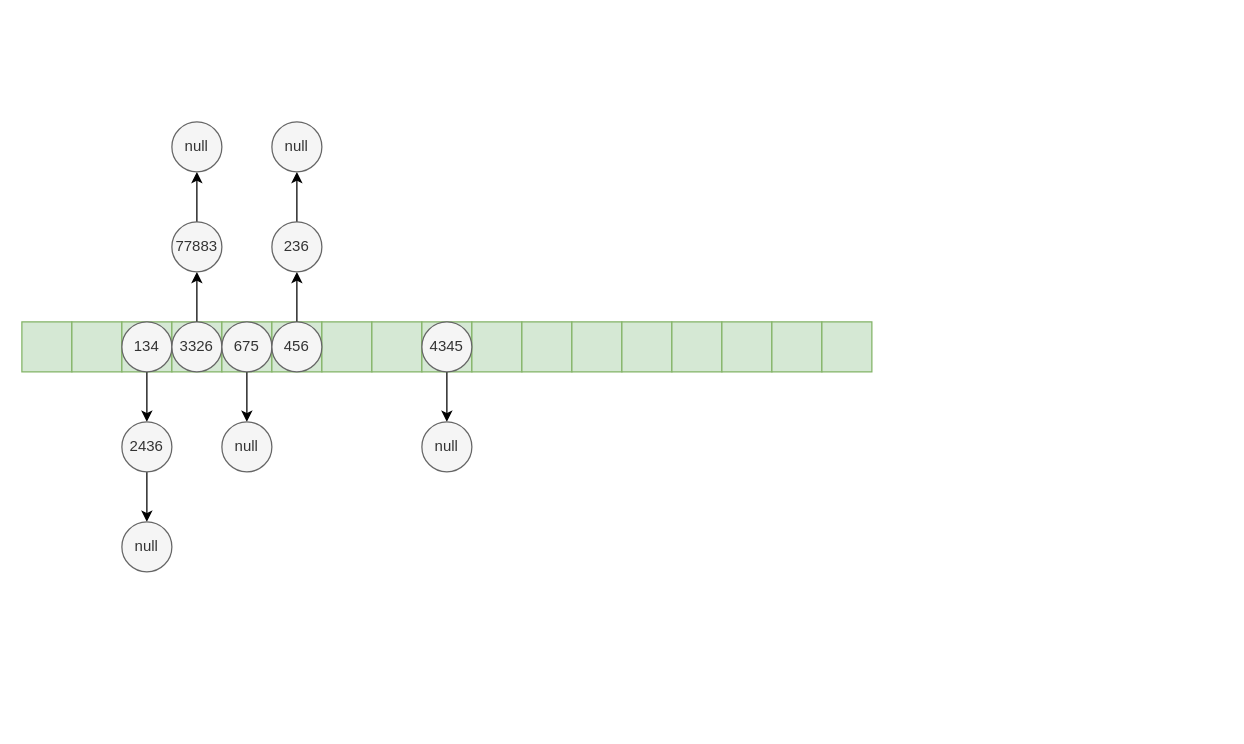
LDChing0321/JavaLearn keeps this draw.io diagram as typora/JavaSE/Test.drawio. Above is the earlier version. Source tidied: cells renumbered, new cells numbered last; positions are measured from the earlier drawing's top-left corner, leaving out a move shared by most shapes. Both pictures are drawn from the tidied source at 125%, with x=0, y=0 at pixel (21, 121).
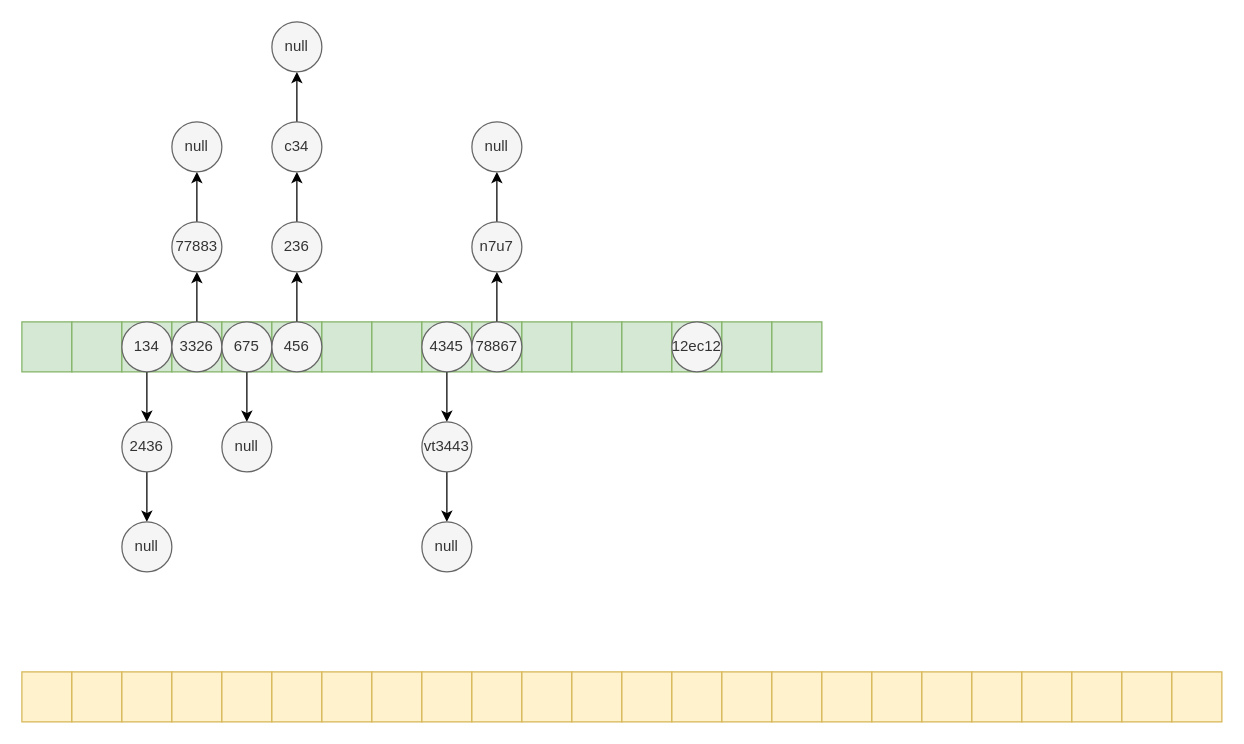
After the change.

Diff of the diagram source:
```diff
@@
+    <mxCell id="40" style="edgeStyle=orthogonalEdgeStyle;rounded=0;jettySize=auto;html=1;" parent="1" edge="1" source="27" target="47">
+      <mxGeometry relative="1" as="geometry" />
+    </mxCell>
-    <mxCell id="27" value="null" style="ellipse;whiteSpace=wrap;html=1;fillColor=#f5f5f5;fontColor=#333333;strokeColor=#666666;" parent="1" vertex="1">
+    <mxCell id="27" value="c34" style="ellipse;whiteSpace=wrap;html=1;fillColor=#f5f5f5;fontColor=#333333;strokeColor=#666666;" parent="1" vertex="1">
       <mxGeometry x="200" width="40" height="40" as="geometry" />
     </mxCell>
@@
-    <mxCell id="36" style="rounded=0;whiteSpace=wrap;html=1;fillColor=#d5e8d4;strokeColor=#82b366;" parent="1" vertex="1">
-      <mxGeometry x="640" y="160" width="40" height="40" as="geometry" />
-    </mxCell>
@@
-    <mxCell id="38" value="4345" style="ellipse;whiteSpace=wrap;html=1;fillColor=#f5f5f5;fontColor=#333333;strokeColor=#666666;" parent="1" vertex="1">
+    <mxCell id="38" value="4345" style="ellipse;whiteSpace=wrap;html=1;fillColor=#f5f5f5;fontColor=#333333;strokeColor=#666666;direction=south;" parent="1" vertex="1">
       <mxGeometry x="320" y="160" width="40" height="40" as="geometry" />
     </mxCell>
+    <mxCell id="41" style="edgeStyle=orthogonalEdgeStyle;rounded=0;jettySize=auto;html=1;" parent="1" edge="1" source="39" target="49">
+      <mxGeometry relative="1" as="geometry" />
+    </mxCell>
-    <mxCell id="39" value="null" style="ellipse;whiteSpace=wrap;html=1;fillColor=#f5f5f5;fontColor=#333333;strokeColor=#666666;" parent="1" vertex="1">
+    <mxCell id="39" value="vt3443" style="ellipse;whiteSpace=wrap;html=1;fillColor=#f5f5f5;fontColor=#333333;strokeColor=#666666;" parent="1" vertex="1">
       <mxGeometry x="320" y="240" width="40" height="40" as="geometry" />
     </mxCell>
+    <mxCell id="42" style="edgeStyle=orthogonalEdgeStyle;rounded=0;jettySize=auto;html=1;" parent="1" edge="1" source="43" target="45">
+      <mxGeometry relative="1" as="geometry" />
+    </mxCell>
+    <mxCell id="43" value="78867" style="ellipse;whiteSpace=wrap;html=1;fillColor=#f5f5f5;fontColor=#333333;strokeColor=#666666;" parent="1" vertex="1">
+      <mxGeometry x="360" y="160" width="40" height="40" as="geometry" />
+    </mxCell>
+    <mxCell id="44" style="edgeStyle=orthogonalEdgeStyle;rounded=0;jettySize=auto;html=1;" parent="1" edge="1" source="45" target="48">
+      <mxGeometry relative="1" as="geometry" />
+    </mxCell>
+    <mxCell id="45" value="n7u7" style="ellipse;whiteSpace=wrap;html=1;fillColor=#f5f5f5;fontColor=#333333;strokeColor=#666666;" parent="1" vertex="1">
+      <mxGeometry x="360" y="80" width="40" height="40" as="geometry" />
+    </mxCell>
+    <mxCell id="46" value="12ec12" style="ellipse;whiteSpace=wrap;html=1;fillColor=#f5f5f5;fontColor=#333333;strokeColor=#666666;" parent="1" vertex="1">
+      <mxGeometry x="520" y="160" width="40" height="40" as="geometry" />
+    </mxCell>
+    <mxCell id="47" value="null" style="ellipse;whiteSpace=wrap;html=1;fillColor=#f5f5f5;fontColor=#333333;strokeColor=#666666;" parent="1" vertex="1">
+      <mxGeometry x="200" y="-80" width="40" height="40" as="geometry" />
+    </mxCell>
+    <mxCell id="48" value="null" style="ellipse;whiteSpace=wrap;html=1;fillColor=#f5f5f5;fontColor=#333333;strokeColor=#666666;" parent="1" vertex="1">
+      <mxGeometry x="360" width="40" height="40" as="geometry" />
+    </mxCell>
+    <mxCell id="49" value="null" style="ellipse;whiteSpace=wrap;html=1;fillColor=#f5f5f5;fontColor=#333333;strokeColor=#666666;" parent="1" vertex="1">
+      <mxGeometry x="320" y="320" width="40" height="40" as="geometry" />
+    </mxCell>
+    <mxCell id="50" style="rounded=0;whiteSpace=wrap;html=1;fillColor=#fff2cc;strokeColor=#d6b656;" parent="1" vertex="1">
+      <mxGeometry y="440" width="40" height="40" as="geometry" />
+    </mxCell>
+    <mxCell id="51" style="rounded=0;whiteSpace=wrap;html=1;fillColor=#fff2cc;strokeColor=#d6b656;" parent="1" vertex="1">
+      <mxGeometry x="40" y="440" width="40" height="40" as="geometry" />
+    </mxCell>
+    <mxCell id="52" style="rounded=0;whiteSpace=wrap;html=1;fillColor=#fff2cc;strokeColor=#d6b656;" parent="1" vertex="1">
+      <mxGeometry x="80" y="440" width="40" height="40" as="geometry" />
+    </mxCell>
+    <mxCell id="53" style="rounded=0;whiteSpace=wrap;html=1;fillColor=#fff2cc;strokeColor=#d6b656;" parent="1" vertex="1">
+      <mxGeometry x="120" y="440" width="40" height="40" as="geometry" />
+    </mxCell>
+    <mxCell id="54" style="rounded=0;whiteSpace=wrap;html=1;fillColor=#fff2cc;strokeColor=#d6b656;" parent="1" vertex="1">
+      <mxGeometry x="160" y="440" width="40" height="40" as="geometry" />
+    </mxCell>
+    <mxCell id="55" style="rounded=0;whiteSpace=wrap;html=1;fillColor=#fff2cc;strokeColor=#d6b656;" parent="1" vertex="1">
+      <mxGeometry x="200" y="440" width="40" height="40" as="geometry" />
+    </mxCell>
+    <mxCell id="56" style="rounded=0;whiteSpace=wrap;html=1;fillColor=#fff2cc;strokeColor=#d6b656;" parent="1" vertex="1">
+      <mxGeometry x="240" y="440" width="40" height="40" as="geometry" />
+    </mxCell>
+    <mxCell id="57" style="rounded=0;whiteSpace=wrap;html=1;fillColor=#fff2cc;strokeColor=#d6b656;" parent="1" vertex="1">
+      <mxGeometry x="280" y="440" width="40" height="40" as="geometry" />
+    </mxCell>
+    <mxCell id="58" style="rounded=0;whiteSpace=wrap;html=1;fillColor=#fff2cc;strokeColor=#d6b656;" parent="1" vertex="1">
+      <mxGeometry x="320" y="440" width="40" height="40" as="geometry" />
+    </mxCell>
+    <mxCell id="59" style="rounded=0;whiteSpace=wrap;html=1;fillColor=#fff2cc;strokeColor=#d6b656;" parent="1" vertex="1">
+      <mxGeometry x="360" y="440" width="40" height="40" as="geometry" />
+    </mxCell>
+    <mxCell id="60" style="rounded=0;whiteSpace=wrap;html=1;fillColor=#fff2cc;strokeColor=#d6b656;" parent="1" vertex="1">
+      <mxGeometry x="400" y="440" width="40" height="40" as="geometry" />
+    </mxCell>
+    <mxCell id="61" style="rounded=0;whiteSpace=wrap;html=1;fillColor=#fff2cc;strokeColor=#d6b656;" parent="1" vertex="1">
+      <mxGeometry x="440" y="440" width="40" height="40" as="geometry" />
+    </mxCell>
+    <mxCell id="62" style="rounded=0;whiteSpace=wrap;html=1;fillColor=#fff2cc;strokeColor=#d6b656;" parent="1" vertex="1">
+      <mxGeometry x="480" y="440" width="40" height="40" as="geometry" />
+    </mxCell>
+    <mxCell id="63" style="rounded=0;whiteSpace=wrap;html=1;fillColor=#fff2cc;strokeColor=#d6b656;" parent="1" vertex="1">
+      <mxGeometry x="520" y="440" width="40" height="40" as="geometry" />
+    </mxCell>
+    <mxCell id="64" style="rounded=0;whiteSpace=wrap;html=1;fillColor=#fff2cc;strokeColor=#d6b656;" parent="1" vertex="1">
+      <mxGeometry x="560" y="440" width="40" height="40" as="geometry" />
+    </mxCell>
+    <mxCell id="65" style="rounded=0;whiteSpace=wrap;html=1;fillColor=#fff2cc;strokeColor=#d6b656;" parent="1" vertex="1">
+      <mxGeometry x="600" y="440" width="40" height="40" as="geometry" />
+    </mxCell>
+    <mxCell id="66" style="rounded=0;whiteSpace=wrap;html=1;fillColor=#fff2cc;strokeColor=#d6b656;" parent="1" vertex="1">
+      <mxGeometry x="640" y="440" width="40" height="40" as="geometry" />
+    </mxCell>
+    <mxCell id="67" style="rounded=0;whiteSpace=wrap;html=1;fillColor=#fff2cc;strokeColor=#d6b656;" parent="1" vertex="1">
+      <mxGeometry x="680" y="440" width="40" height="40" as="geometry" />
+    </mxCell>
+    <mxCell id="68" style="rounded=0;whiteSpace=wrap;html=1;fillColor=#fff2cc;strokeColor=#d6b656;" parent="1" vertex="1">
+      <mxGeometry x="720" y="440" width="40" height="40" as="geometry" />
+    </mxCell>
+    <mxCell id="69" style="rounded=0;whiteSpace=wrap;html=1;fillColor=#fff2cc;strokeColor=#d6b656;" parent="1" vertex="1">
+      <mxGeometry x="760" y="440" width="40" height="40" as="geometry" />
+    </mxCell>
+    <mxCell id="70" style="rounded=0;whiteSpace=wrap;html=1;fillColor=#fff2cc;strokeColor=#d6b656;" parent="1" vertex="1">
+      <mxGeometry x="800" y="440" width="40" height="40" as="geometry" />
+    </mxCell>
+    <mxCell id="71" style="rounded=0;whiteSpace=wrap;html=1;fillColor=#fff2cc;strokeColor=#d6b656;" parent="1" vertex="1">
+      <mxGeometry x="840" y="440" width="40" height="40" as="geometry" />
+    </mxCell>
+    <mxCell id="72" style="rounded=0;whiteSpace=wrap;html=1;fillColor=#fff2cc;strokeColor=#d6b656;" parent="1" vertex="1">
+      <mxGeometry x="880" y="440" width="40" height="40" as="geometry" />
+    </mxCell>
+    <mxCell id="73" style="rounded=0;whiteSpace=wrap;html=1;fillColor=#fff2cc;strokeColor=#d6b656;" parent="1" vertex="1">
+      <mxGeometry x="920" y="440" width="40" height="40" as="geometry" />
+    </mxCell>
```
